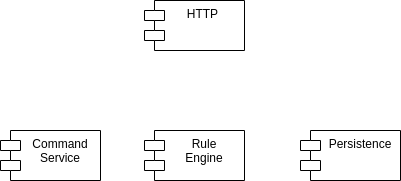
Earlier version of the draw.io export documentation/src/images/simple-componentModel.png (FHNW-WODSS-FS22/team-document-KZellweger). Source tidied: cells renumbered, new cells last; positions are measured from the earlier drawing's top-left corner, leaving out a move shared by most shapes. Its diagram source:
```xml
<mxGraphModel>
  <root>
    <mxCell id="0" />
    <mxCell id="1" parent="0" />
    <mxCell id="2" value="Persistence" style="shape=module;align=left;spacingLeft=20;align=center;verticalAlign=top;" parent="1" vertex="1">
      <mxGeometry x="300" y="130" width="100" height="50" as="geometry" />
    </mxCell>
    <mxCell id="3" value="HTTP " style="shape=module;align=left;spacingLeft=20;align=center;verticalAlign=top;" parent="1" vertex="1">
      <mxGeometry x="144" width="100" height="50" as="geometry" />
    </mxCell>
    <mxCell id="4" value="Command&#10;Service" style="shape=module;align=left;spacingLeft=20;align=center;verticalAlign=top;" parent="1" vertex="1">
      <mxGeometry y="130" width="100" height="50" as="geometry" />
    </mxCell>
    <mxCell id="5" value="Rule&#10;Engine" style="shape=module;align=left;spacingLeft=20;align=center;verticalAlign=top;" parent="1" vertex="1">
      <mxGeometry x="144" y="130" width="100" height="50" as="geometry" />
    </mxCell>
  </root>
</mxGraphModel>
```
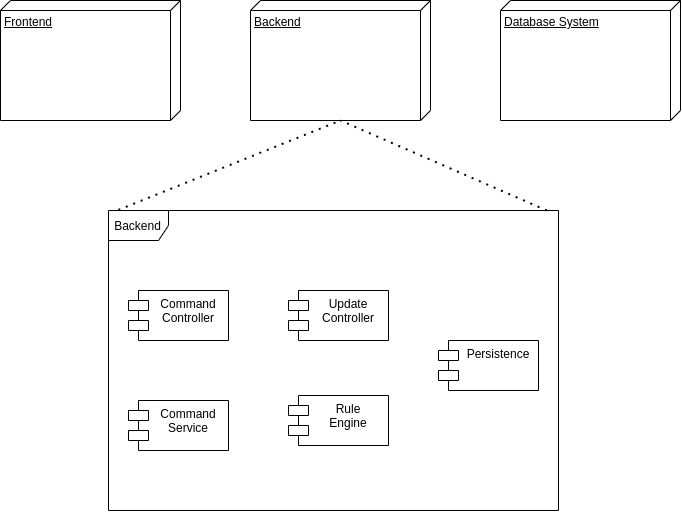
After the commit.

Change to the diagram source:
```diff
@@ -2,17 +2,42 @@
   <root>
     <mxCell id="0" />
     <mxCell id="1" parent="0" />
+    <mxCell id="6" value="Backend" style="shape=umlFrame;whiteSpace=wrap;html=1;" parent="1" vertex="1">
+      <mxGeometry x="-22" y="-30" width="450" height="300" as="geometry" />
+    </mxCell>
     <mxCell id="2" value="Persistence" style="shape=module;align=left;spacingLeft=20;align=center;verticalAlign=top;" parent="1" vertex="1">
-      <mxGeometry x="300" y="130" width="100" height="50" as="geometry" />
+      <mxGeometry x="308" y="100" width="100" height="50" as="geometry" />
     </mxCell>
-    <mxCell id="3" value="HTTP " style="shape=module;align=left;spacingLeft=20;align=center;verticalAlign=top;" parent="1" vertex="1">
-      <mxGeometry x="144" width="100" height="50" as="geometry" />
+    <mxCell id="3" value="Command&#10;Controller" style="shape=module;align=left;spacingLeft=20;align=center;verticalAlign=top;" parent="1" vertex="1">
+      <mxGeometry x="-2" y="50" width="100" height="50" as="geometry" />
     </mxCell>
     <mxCell id="4" value="Command&#10;Service" style="shape=module;align=left;spacingLeft=20;align=center;verticalAlign=top;" parent="1" vertex="1">
-      <mxGeometry y="130" width="100" height="50" as="geometry" />
+      <mxGeometry x="-2" y="160" width="100" height="50" as="geometry" />
     </mxCell>
     <mxCell id="5" value="Rule&#10;Engine" style="shape=module;align=left;spacingLeft=20;align=center;verticalAlign=top;" parent="1" vertex="1">
-      <mxGeometry x="144" y="130" width="100" height="50" as="geometry" />
+      <mxGeometry x="158" y="155" width="100" height="50" as="geometry" />
     </mxCell>
+    <mxCell id="7" value="Frontend" style="verticalAlign=top;align=left;spacingTop=8;spacingLeft=2;spacingRight=12;shape=cube;size=10;direction=south;fontStyle=4;html=1;" parent="1" vertex="1">
+      <mxGeometry x="-130" y="-240" width="180" height="120" as="geometry" />
+    </mxCell>
+    <mxCell id="8" value="Backend" style="verticalAlign=top;align=left;spacingTop=8;spacingLeft=2;spacingRight=12;shape=cube;size=10;direction=south;fontStyle=4;html=1;" parent="1" vertex="1">
+      <mxGeometry x="120" y="-240" width="180" height="120" as="geometry" />
+    </mxCell>
+    <mxCell id="9" value="Database System" style="verticalAlign=top;align=left;spacingTop=8;spacingLeft=2;spacingRight=12;shape=cube;size=10;direction=south;fontStyle=4;html=1;" parent="1" vertex="1">
+      <mxGeometry x="370" y="-240" width="180" height="120" as="geometry" />
+    </mxCell>
+    <mxCell id="10" style="endArrow=none;dashed=1;html=1;dashPattern=1 3;strokeWidth=2;rounded=0;exitX=0.022;exitY=-0.002;exitDx=0;exitDy=0;exitPerimeter=0;" parent="1" edge="1" source="6">
+      <mxGeometry relative="1" as="geometry">
+        <mxPoint x="210" y="-120" as="targetPoint" />
+      </mxGeometry>
+    </mxCell>
+    <mxCell id="11" style="endArrow=none;dashed=1;html=1;dashPattern=1 3;strokeWidth=2;rounded=0;exitX=0.974;exitY=0;exitDx=0;exitDy=0;exitPerimeter=0;" parent="1" edge="1" source="6">
+      <mxGeometry relative="1" as="geometry">
+        <mxPoint x="210" y="-120" as="targetPoint" />
+      </mxGeometry>
+    </mxCell>
+    <mxCell id="12" value="Update&#10;Controller" style="shape=module;align=left;spacingLeft=20;align=center;verticalAlign=top;" parent="1" vertex="1">
+      <mxGeometry x="158" y="50" width="100" height="50" as="geometry" />
+    </mxCell>
   </root>
 </mxGraphModel>
```
